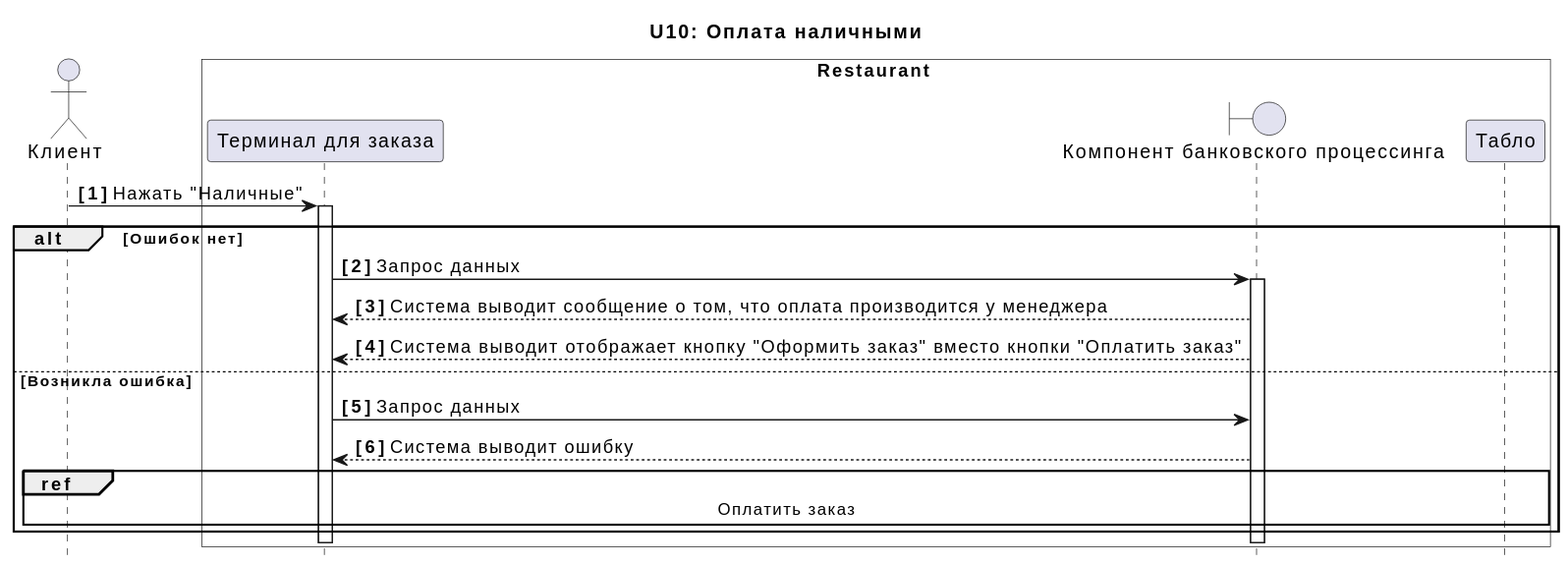
Above: docs/diagrams/include/UC10.svg in xxx996/OTUS_Restaraunt (PlantUML), before the change. Source of this version:
```plantuml
@startuml
actor "Клиент" as C

title U10: Оплата наличными
box Restaurant #Transparent
participant  "Терминал для заказа" as A
boundary "Компонент банковского процессинга" as B
participant "Табло" as D

end box
hide footbox
autonumber "<b>[0]"
C -> A++:  Нажать "Наличные"

alt Ошибок нет

A -> B++:  Запрос данных
B --> A:  Система выводит сообщение о том, что оплата производится у менеджера
B --> A:  Система выводит отображает кнопку "Оформить заказ" вместо кнопки "Оплатить заказ"

else Возникла ошибка

A -> B:  Запрос данных
B --> A:  Система выводит ошибку
ref over C, D:  Оплатить заказ

end
@enduml
```
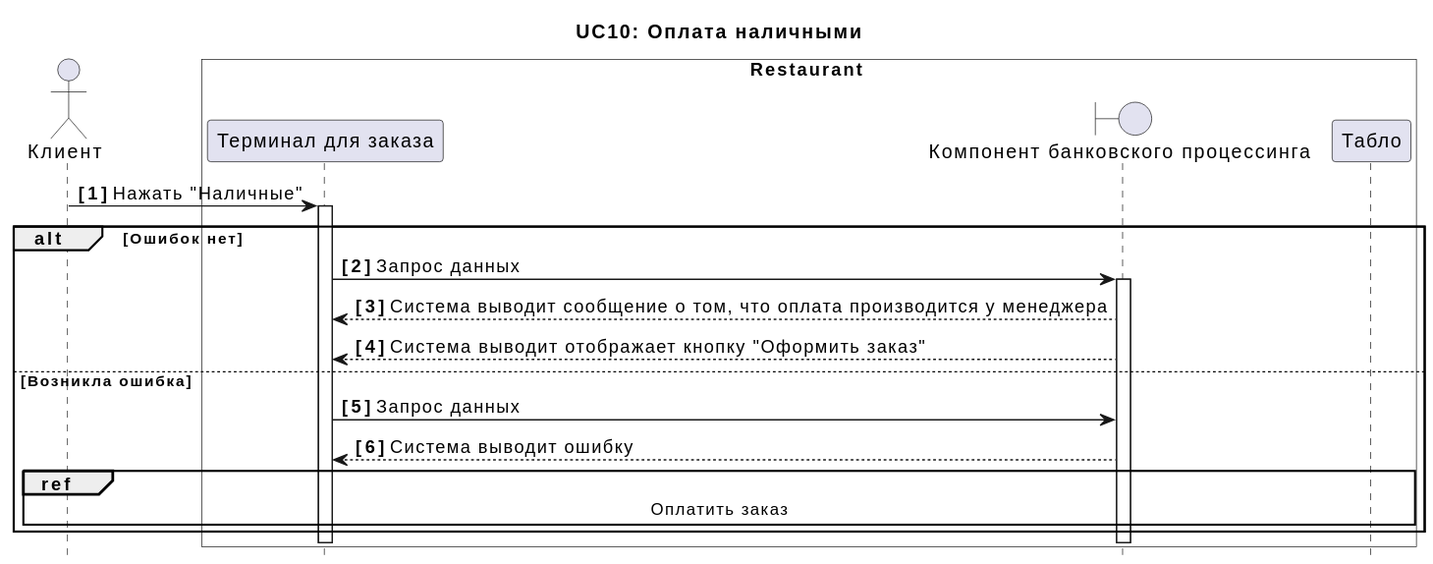
After the change.

Diff of the diagram source:
```diff
@@ -1,7 +1,7 @@
 @startuml
 actor "Клиент" as C
 
-title U10: Оплата наличными
+title UС10: Оплата наличными
 box Restaurant #Transparent
 participant  "Терминал для заказа" as A
 boundary "Компонент банковского процессинга" as B
@@ -16,7 +16,7 @@
 
 A -> B++:  Запрос данных
 B --> A:  Система выводит сообщение о том, что оплата производится у менеджера
-B --> A:  Система выводит отображает кнопку "Оформить заказ" вместо кнопки "Оплатить заказ"
+B --> A:  Система выводит отображает кнопку "Оформить заказ"
 
 else Возникла ошибка
 
```
